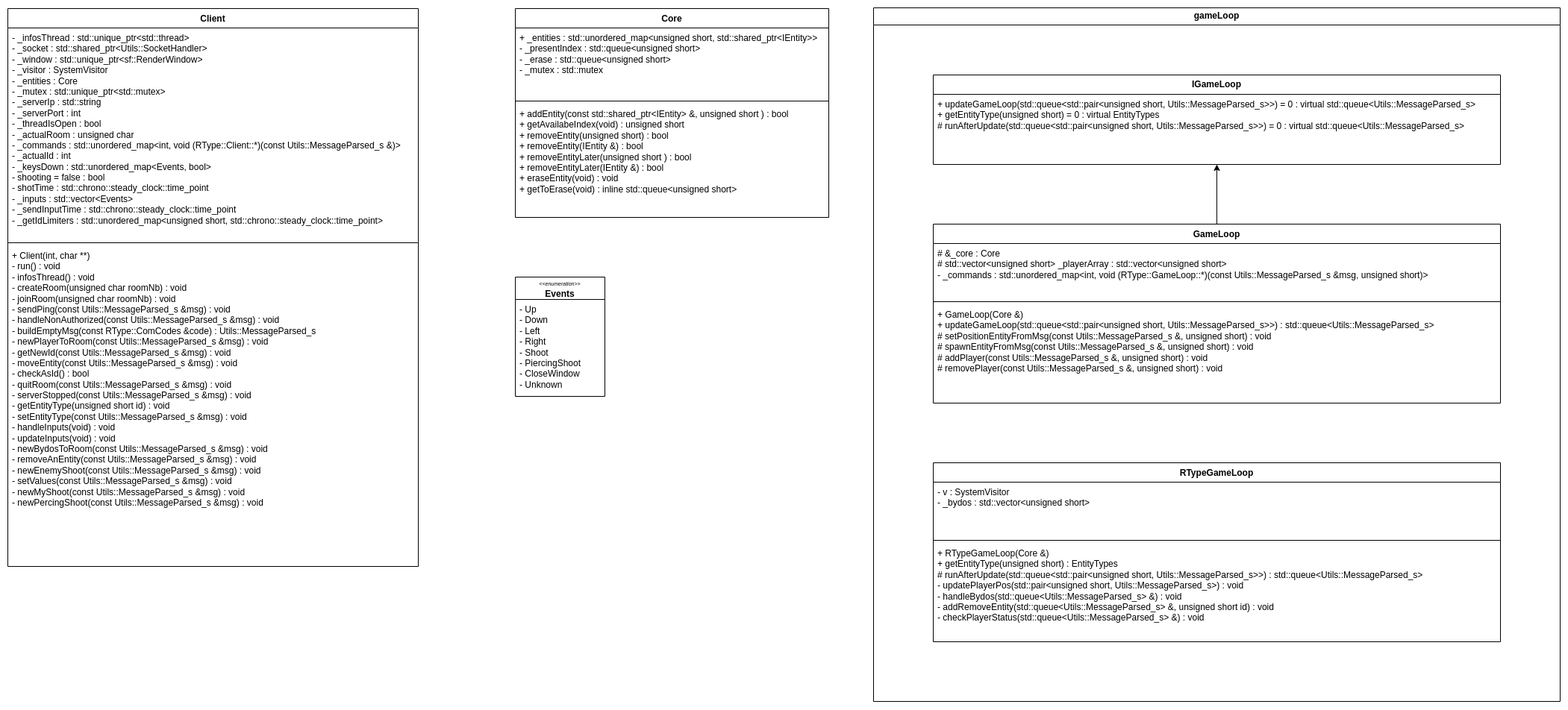
Above: Documentation/ClassDiagrams/ClientDiagram.png in LeoBaldachino/RType (draw.io), before the change. Source tidied: cells renumbered, new cells last; positions are measured from the earlier drawing's top-left corner, leaving out a move shared by most shapes.
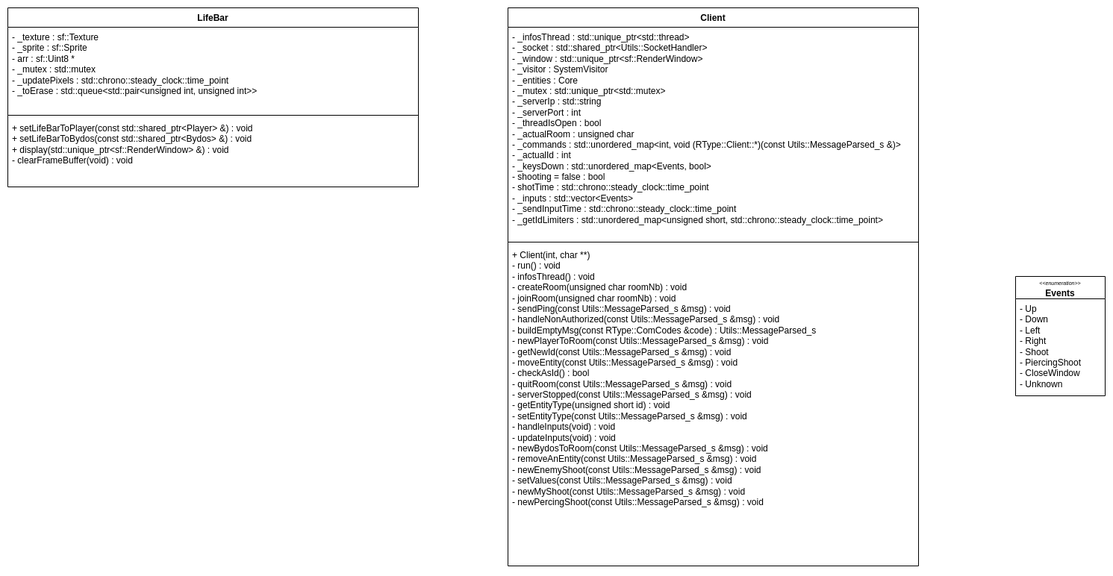
After the change.

The edit, as a diff of the source:
```diff
@@ -20,53 +20,17 @@
     <mxCell id="7" value="- Up&lt;br&gt;- Down&lt;br&gt;- Left&lt;br&gt;- Right&lt;br&gt;- Shoot&lt;br&gt;- PiercingShoot&lt;br&gt;- CloseWindow&lt;br&gt;- Unknown" style="text;strokeColor=none;fillColor=none;align=left;verticalAlign=top;spacingLeft=4;spacingRight=4;overflow=hidden;whiteSpace=wrap;html=1;" parent="6" vertex="1">
       <mxGeometry y="30" width="120" height="130" as="geometry" />
     </mxCell>
-    <mxCell id="8" value="Core" style="swimlane;fontStyle=1;align=center;verticalAlign=top;horizontal=1;startSize=26;whiteSpace=wrap;html=1;" parent="1" vertex="1">
-      <mxGeometry x="680" y="1" width="420" height="280" as="geometry" />
-    </mxCell>
-    <mxCell id="9" value="&lt;div&gt;+ _entities : std::unordered_map&amp;lt;unsigned short, std::shared_ptr&amp;lt;IEntity&amp;gt;&amp;gt;&lt;/div&gt;&lt;div&gt;&lt;span style=&quot;font-size: 12px;&quot;&gt;- _presentIndex : std::queue&amp;lt;unsigned short&amp;gt;&lt;/span&gt;&lt;/div&gt;&lt;div&gt;&lt;span style=&quot;font-size: 12px;&quot;&gt;- _erase : std::queue&amp;lt;unsigned short&amp;gt;&lt;/span&gt;&lt;/div&gt;&lt;div&gt;&lt;span style=&quot;font-size: 12px;&quot;&gt;- _mutex : std::mutex&lt;/span&gt;&lt;/div&gt;" style="text;strokeColor=none;fillColor=none;align=left;verticalAlign=top;spacingLeft=4;spacingRight=4;overflow=hidden;whiteSpace=wrap;html=1;" parent="8" vertex="1">
-      <mxGeometry y="26" width="420" height="94" as="geometry" />
-    </mxCell>
-    <mxCell id="10" style="line;strokeWidth=1;fillColor=none;align=left;verticalAlign=middle;spacingTop=-1;spacingLeft=3;spacingRight=3;labelPosition=right;strokeColor=inherit;" parent="8" vertex="1">
-      <mxGeometry y="120" width="420" height="8" as="geometry" />
-    </mxCell>
-    <mxCell id="11" value="&lt;div&gt;+ addEntity(const std::shared_ptr&amp;lt;IEntity&amp;gt; &amp;amp;, unsigned short ) : bool&lt;/div&gt;&lt;div&gt;&lt;span style=&quot;font-size: 12px;&quot;&gt;+ getAvailabeIndex(void) : unsigned short&lt;/span&gt;&lt;/div&gt;&lt;div&gt;&lt;span style=&quot;font-size: 12px;&quot;&gt;+ removeEntity(unsigned short) : bool&lt;/span&gt;&lt;/div&gt;&lt;div&gt;&lt;span style=&quot;font-size: 12px;&quot;&gt;+ removeEntity(IEntity &amp;amp;) : bool&lt;/span&gt;&lt;/div&gt;&lt;div&gt;&lt;span style=&quot;font-size: 12px;&quot;&gt;+ removeEntityLater(unsigned short ) : bool&lt;/span&gt;&lt;/div&gt;&lt;div&gt;&lt;span style=&quot;font-size: 12px;&quot;&gt;+ removeEntityLater(IEntity &amp;amp;) : bool&lt;/span&gt;&lt;/div&gt;&lt;div&gt;&lt;span style=&quot;font-size: 12px;&quot;&gt;+ eraseEntity(void) : void&lt;/span&gt;&lt;/div&gt;&lt;div&gt;&lt;span style=&quot;font-size: 12px;&quot;&gt;+ getToErase(void) : inline std::queue&amp;lt;unsigned short&amp;gt;&lt;/span&gt;&lt;/div&gt;" style="text;strokeColor=none;fillColor=none;align=left;verticalAlign=top;spacingLeft=4;spacingRight=4;overflow=hidden;whiteSpace=wrap;html=1;" parent="8" vertex="1">
-      <mxGeometry y="128" width="420" height="152" as="geometry" />
-    </mxCell>
-    <mxCell id="12" value="gameLoop" style="swimlane;whiteSpace=wrap;html=1;" parent="1" vertex="1">
-      <mxGeometry x="1160" width="920" height="930" as="geometry" />
-    </mxCell>
-    <mxCell id="13" value="&lt;b&gt;IGameLoop&lt;br&gt;&lt;/b&gt;" style="swimlane;fontStyle=0;horizontal=1;startSize=26;fillColor=none;whiteSpace=wrap;html=1;" parent="12" vertex="1">
-      <mxGeometry x="80" y="90" width="760" height="120" as="geometry" />
-    </mxCell>
-    <mxCell id="14" value="&lt;div&gt;&lt;div&gt;+ updateGameLoop(std::queue&amp;lt;std::pair&amp;lt;unsigned short, Utils::MessageParsed_s&amp;gt;&amp;gt;) = 0 : virtual std::queue&amp;lt;Utils::MessageParsed_s&amp;gt;&lt;/div&gt;&lt;div&gt;&lt;span style=&quot;font-size: 12px;&quot;&gt;+ getEntityType(unsigned short) = 0 : virtual EntityTypes&amp;nbsp;&lt;/span&gt;&lt;/div&gt;&lt;div&gt;&lt;span style=&quot;font-size: 12px;&quot;&gt;# runAfterUpdate(std::queue&amp;lt;std::pair&amp;lt;unsigned short, Utils::MessageParsed_s&amp;gt;&amp;gt;) = 0 : virtual std::queue&amp;lt;Utils::MessageParsed_s&amp;gt;&lt;/span&gt;&lt;/div&gt;&lt;/div&gt;" style="text;strokeColor=none;fillColor=none;align=left;verticalAlign=top;spacingLeft=4;spacingRight=4;overflow=hidden;whiteSpace=wrap;html=1;" parent="13" vertex="1">
-      <mxGeometry y="26" width="760" height="94" as="geometry" />
-    </mxCell>
-    <mxCell id="15" value="RTypeGameLoop" style="swimlane;fontStyle=1;align=center;verticalAlign=top;horizontal=1;startSize=26;whiteSpace=wrap;html=1;" parent="12" vertex="1">
-      <mxGeometry x="80" y="610" width="760" height="240" as="geometry" />
-    </mxCell>
-    <mxCell id="16" value="&lt;div&gt;- v : SystemVisitor&lt;/div&gt;&lt;div&gt;&lt;span style=&quot;font-size: 12px;&quot;&gt;- _bydos : std::vector&amp;lt;unsigned short&amp;gt;&lt;/span&gt;&lt;/div&gt;" style="text;strokeColor=none;fillColor=none;align=left;verticalAlign=top;spacingLeft=4;spacingRight=4;overflow=hidden;whiteSpace=wrap;html=1;" parent="15" vertex="1">
-      <mxGeometry y="26" width="760" height="74" as="geometry" />
-    </mxCell>
-    <mxCell id="17" style="line;strokeWidth=1;fillColor=none;align=left;verticalAlign=middle;spacingTop=-1;spacingLeft=3;spacingRight=3;labelPosition=right;strokeColor=inherit;" parent="15" vertex="1">
-      <mxGeometry y="100" width="760" height="8" as="geometry" />
-    </mxCell>
-    <mxCell id="18" value="&lt;div&gt;+ RTypeGameLoop(Core &amp;amp;)&lt;/div&gt;&lt;div&gt;&lt;span style=&quot;font-size: 12px;&quot;&gt;+ getEntityType(unsigned short) : EntityTypes&lt;/span&gt;&lt;/div&gt;&lt;div&gt;&lt;span style=&quot;font-size: 12px;&quot;&gt;# runAfterUpdate(std::queue&amp;lt;std::pair&amp;lt;unsigned short, Utils::MessageParsed_s&amp;gt;&amp;gt;) : std::queue&amp;lt;Utils::MessageParsed_s&amp;gt;&lt;/span&gt;&lt;/div&gt;&lt;div&gt;&lt;span style=&quot;font-size: 12px;&quot;&gt;- updatePlayerPos(std::pair&amp;lt;unsigned short, Utils::MessageParsed_s&amp;gt;) : void&lt;/span&gt;&lt;/div&gt;&lt;div&gt;&lt;span style=&quot;font-size: 12px;&quot;&gt;- handleBydos(std::queue&amp;lt;Utils::MessageParsed_s&amp;gt; &amp;amp;) : void&lt;/span&gt;&lt;/div&gt;&lt;div&gt;&lt;span style=&quot;font-size: 12px;&quot;&gt;- addRemoveEntity(std::queue&amp;lt;Utils::MessageParsed_s&amp;gt; &amp;amp;, unsigned short id) : void&lt;/span&gt;&lt;/div&gt;&lt;div&gt;&lt;span style=&quot;font-size: 12px;&quot;&gt;- checkPlayerStatus(std::queue&amp;lt;Utils::MessageParsed_s&amp;gt; &amp;amp;) : void&lt;/span&gt;&lt;/div&gt;" style="text;strokeColor=none;fillColor=none;align=left;verticalAlign=top;spacingLeft=4;spacingRight=4;overflow=hidden;whiteSpace=wrap;html=1;" parent="15" vertex="1">
-      <mxGeometry y="108" width="760" height="132" as="geometry" />
-    </mxCell>
-    <mxCell id="19" style="edgeStyle=orthogonalEdgeStyle;rounded=0;jettySize=auto;html=1;" parent="12" edge="1" source="20" target="13">
-      <mxGeometry relative="1" as="geometry" />
-    </mxCell>
-    <mxCell id="20" value="GameLoop" style="swimlane;fontStyle=1;align=center;verticalAlign=top;horizontal=1;startSize=26;whiteSpace=wrap;html=1;" parent="12" vertex="1">
-      <mxGeometry x="80" y="290" width="760" height="240" as="geometry" />
-    </mxCell>
-    <mxCell id="21" value="&lt;div&gt;# &amp;amp;_core : Core&lt;/div&gt;&lt;div&gt;&lt;span style=&quot;font-size: 12px;&quot;&gt;# std::vector&amp;lt;unsigned short&amp;gt; _playerArray : std::vector&amp;lt;unsigned short&amp;gt;&lt;/span&gt;&lt;/div&gt;&lt;div&gt;&lt;span style=&quot;font-size: 12px;&quot;&gt;- _commands : std::unordered_map&amp;lt;int, void (RType::GameLoop::*)(const Utils::MessageParsed_s &amp;amp;msg, unsigned short)&amp;gt;&lt;/span&gt;&lt;/div&gt;" style="text;strokeColor=none;fillColor=none;align=left;verticalAlign=top;spacingLeft=4;spacingRight=4;overflow=hidden;whiteSpace=wrap;html=1;" parent="20" vertex="1">
-      <mxGeometry y="26" width="760" height="74" as="geometry" />
-    </mxCell>
-    <mxCell id="22" style="line;strokeWidth=1;fillColor=none;align=left;verticalAlign=middle;spacingTop=-1;spacingLeft=3;spacingRight=3;labelPosition=right;strokeColor=inherit;" parent="20" vertex="1">
-      <mxGeometry y="100" width="760" height="8" as="geometry" />
-    </mxCell>
-    <mxCell id="23" value="&lt;div&gt;+ GameLoop(Core &amp;amp;)&lt;/div&gt;&lt;div&gt;&lt;span style=&quot;font-size: 12px;&quot;&gt;+ updateGameLoop(std::queue&amp;lt;std::pair&amp;lt;unsigned short, Utils::MessageParsed_s&amp;gt;&amp;gt;) : std::queue&amp;lt;Utils::MessageParsed_s&amp;gt;&amp;nbsp;&lt;/span&gt;&lt;/div&gt;&lt;div&gt;&lt;span style=&quot;font-size: 12px;&quot;&gt;# setPositionEntityFromMsg(const Utils::MessageParsed_s &amp;amp;, unsigned short) : void&lt;/span&gt;&lt;/div&gt;&lt;div&gt;&lt;span style=&quot;font-size: 12px;&quot;&gt;# spawnEntityFromMsg(const Utils::MessageParsed_s &amp;amp;, unsigned short) : void&lt;/span&gt;&lt;/div&gt;&lt;div&gt;&lt;span style=&quot;font-size: 12px;&quot;&gt;# addPlayer(const Utils::MessageParsed_s &amp;amp;, unsigned short) : void&lt;/span&gt;&lt;/div&gt;&lt;div&gt;&lt;span style=&quot;font-size: 12px;&quot;&gt;# removePlayer(const Utils::MessageParsed_s &amp;amp;, unsigned short) : void&lt;/span&gt;&lt;/div&gt;" style="text;strokeColor=none;fillColor=none;align=left;verticalAlign=top;spacingLeft=4;spacingRight=4;overflow=hidden;whiteSpace=wrap;html=1;" parent="20" vertex="1">
-      <mxGeometry y="108" width="760" height="132" as="geometry" />
-    </mxCell>
+    <mxCell id="24" value="LifeBar" style="swimlane;fontStyle=1;align=center;verticalAlign=top;horizontal=1;startSize=26;whiteSpace=wrap;html=1;" parent="1" vertex="1">
+      <mxGeometry x="-670" y="1" width="550" height="240" as="geometry" />
+    </mxCell>
+    <mxCell id="25" value="&lt;div&gt;- _texture : sf::Texture&lt;/div&gt;&lt;div&gt;&lt;span style=&quot;font-size: 12px;&quot;&gt;- _sprite : sf::Sprite&lt;/span&gt;&lt;/div&gt;&lt;div&gt;&lt;span style=&quot;font-size: 12px;&quot;&gt;- arr : sf::Uint8 *&lt;/span&gt;&lt;/div&gt;&lt;div&gt;&lt;span style=&quot;font-size: 12px;&quot;&gt;- _mutex : std::mutex&lt;/span&gt;&lt;/div&gt;&lt;div&gt;&lt;span style=&quot;font-size: 12px;&quot;&gt;- _updatePixels : std::chrono::steady_clock::time_point&lt;/span&gt;&lt;/div&gt;&lt;div&gt;&lt;span style=&quot;font-size: 12px;&quot;&gt;- _toErase : std::queue&amp;lt;std::pair&amp;lt;unsigned int, unsigned int&amp;gt;&amp;gt;&lt;/span&gt;&lt;/div&gt;" style="text;strokeColor=none;fillColor=none;align=left;verticalAlign=top;spacingLeft=4;spacingRight=4;overflow=hidden;whiteSpace=wrap;html=1;" parent="24" vertex="1">
+      <mxGeometry y="26" width="550" height="114" as="geometry" />
+    </mxCell>
+    <mxCell id="26" style="line;strokeWidth=1;fillColor=none;align=left;verticalAlign=middle;spacingTop=-1;spacingLeft=3;spacingRight=3;labelPosition=right;strokeColor=inherit;" parent="24" vertex="1">
+      <mxGeometry y="140" width="550" height="8" as="geometry" />
+    </mxCell>
+    <mxCell id="27" value="&lt;div&gt;+ setLifeBarToPlayer(const std::shared_ptr&amp;lt;Player&amp;gt; &amp;amp;) : void&lt;/div&gt;&lt;div&gt;&lt;span style=&quot;font-size: 12px;&quot;&gt;+ setLifeBarToBydos(const std::shared_ptr&amp;lt;Bydos&amp;gt; &amp;amp;) : void&lt;/span&gt;&lt;/div&gt;&lt;div&gt;&lt;span style=&quot;font-size: 12px;&quot;&gt;+ display(std::unique_ptr&amp;lt;sf::RenderWindow&amp;gt; &amp;amp;) : void&lt;/span&gt;&lt;/div&gt;&lt;div&gt;&lt;span style=&quot;font-size: 12px;&quot;&gt;- clearFrameBuffer(void) : void&lt;/span&gt;&lt;/div&gt;" style="text;strokeColor=none;fillColor=none;align=left;verticalAlign=top;spacingLeft=4;spacingRight=4;overflow=hidden;whiteSpace=wrap;html=1;" parent="24" vertex="1">
+      <mxGeometry y="148" width="550" height="92" as="geometry" />
+    </mxCell>
   </root>
 </mxGraphModel>
```
